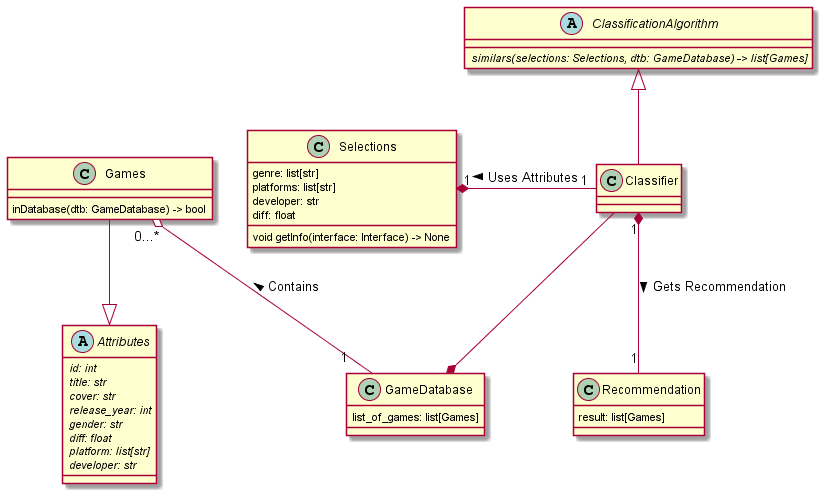
Before: bin/ClassDiagram.png, a diagram exported from PlantUML (Rcgil30/Game-Advocator). Source of this version:
```plantuml
@startuml ClassDiagram


class "Recommendation" as Rec {
    result: list[Games]
}

class "GameDatabase" as Dtb {
    list_of_games: list[Games]
}

class Classifier {
}

class Selections {
    genre: list[str]
    platforms: list[str]
    developer: str
    diff: float
    void getInfo(interface: Interface) -> None
}

abstract class "ClassificationAlgorithm" as Knn{
    {abstract} similars(selections: Selections, dtb: GameDatabase) -> list[Games]
}

abstract class Attributes {
    {abstract} id: int
    {abstract} title: str
    {abstract} cover: str
    {abstract} release_year: int
    {abstract} gender: str
    {abstract} diff: float
    {abstract} platform: list[str]
    {abstract} developer: str

}
class Games{
    inDatabase(dtb: GameDatabase) -> bool
}


Selections "1" *- "1" Classifier: Uses Attributes <
Knn <|-- Classifier
Classifier "1" *-Down- "1" Rec: Gets Recommendation >
Dtb *-U- Classifier
Dtb "   1   " -U-o  "0...*" Games: Contains >
Attributes <|-U- Games



@enduml
```
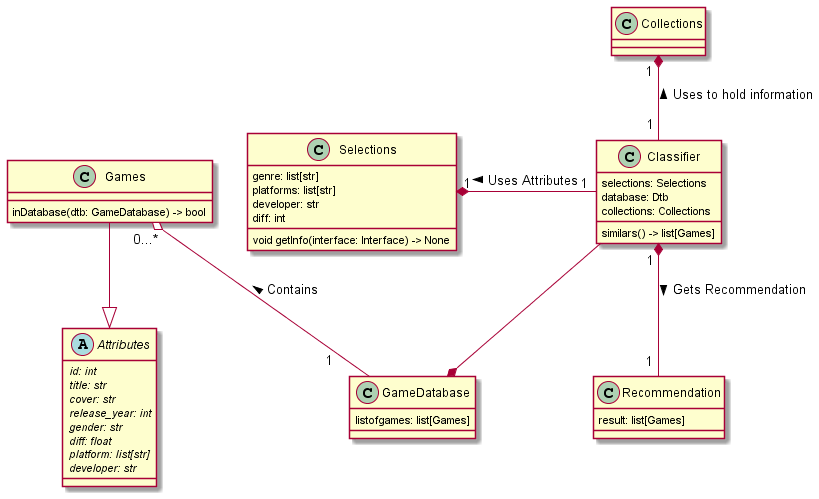
The same file after the commit.

Change to the diagram source:
```diff
@@ -5,24 +5,31 @@
     result: list[Games]
 }
 
+
 class "GameDatabase" as Dtb {
-    list_of_games: list[Games]
+    listofgames: list[Games]
 }
 
 class Classifier {
+    selections: Selections
+    database: Dtb
+    collections: Collections
+    similars() -> list[Games]
+
+}
+
+class Collections {
+
 }
 
 class Selections {
     genre: list[str]
     platforms: list[str]
     developer: str
-    diff: float
+    diff: int
     void getInfo(interface: Interface) -> None
 }
 
-abstract class "ClassificationAlgorithm" as Knn{
-    {abstract} similars(selections: Selections, dtb: GameDatabase) -> list[Games]
-}
 
 abstract class Attributes {
     {abstract} id: int
@@ -41,12 +48,10 @@
 
 
 Selections "1" *- "1" Classifier: Uses Attributes <
-Knn <|-- Classifier
-Classifier "1" *-Down- "1" Rec: Gets Recommendation >
+Classifier "1 " *-Down- "1 " Rec: Gets Recommendation >
 Dtb *-U- Classifier
-Dtb "   1   " -U-o  "0...*" Games: Contains >
+Dtb "1      " -U-o  "0...*" Games: Contains >
 Attributes <|-U- Games
-
-
+Collections "1 " *-- "1 "Classifier: Uses to hold information <
 
 @enduml
```
